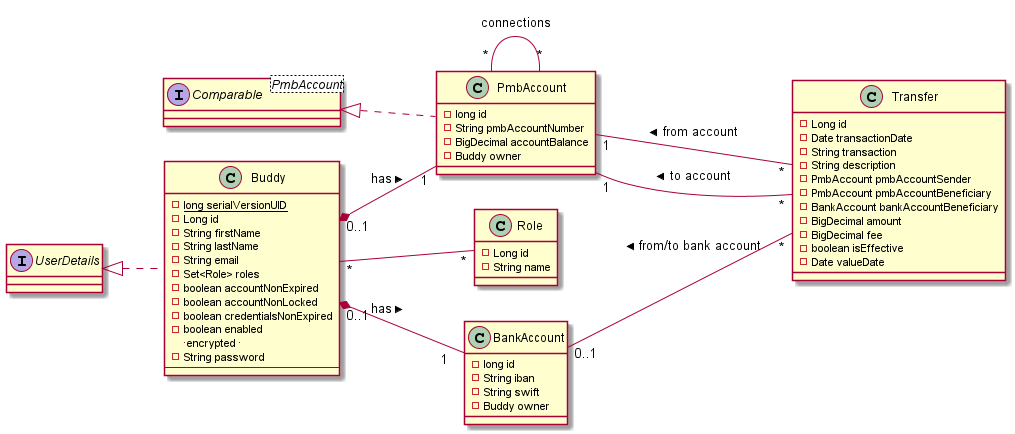
This is classDiagram.png from Docky37/SendMoney, a PlantUML export, as it was before one commit.
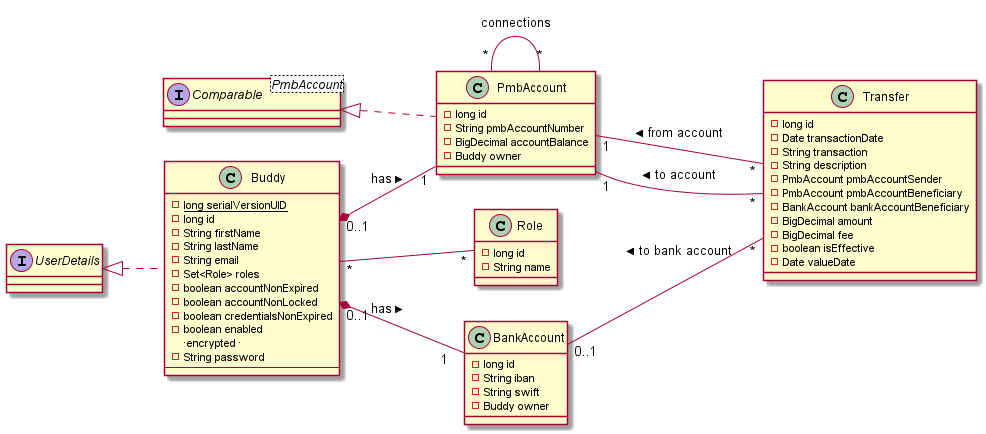
After the change.

Commit message:
feat: Adapt calss diagram to last changes in Buddy, Role & Transfer

Diff of the diagram source:
```diff
@@ -1,7 +1,7 @@
 @startuml classDiagram
 class Buddy{
 -{static}long serialVersionUID
--Long id
+-long id
 -String firstName
 -String lastName
 -String email
@@ -19,7 +19,7 @@
 UserDetails <|.. Buddy
 
 class Role {
-    -Long id
+    -long id
     -String name
 }
 
@@ -47,7 +47,7 @@
 Buddy "0..1" *--  "1  " BankAccount : > has
 
 class Transfer {
-    -Long id
+    -long id
     -Date transactionDate
     -String transaction
     -String description
@@ -62,6 +62,6 @@
 
 PmbAccount "1" --  "*" Transfer : < from account
 PmbAccount "1" --  "*" Transfer : < to account
-BankAccount "0..1  " --  "*" Transfer : < from/to bank account
+BankAccount "0..1  " --  "*" Transfer : < to bank account
 
 @enduml
```
